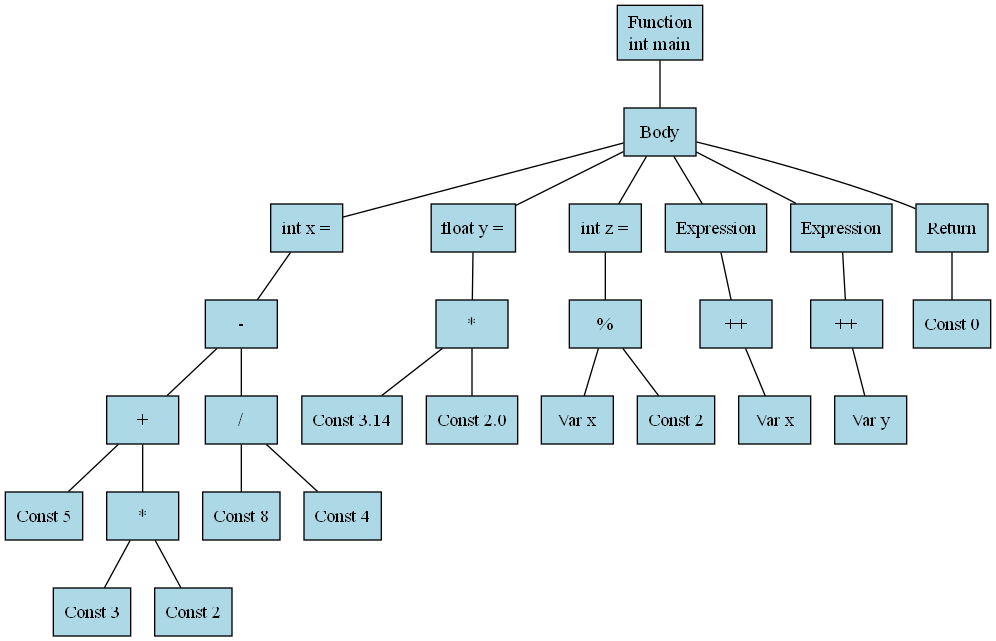
Earlier version of the Graphviz export ast.png (MiguelCano-ia/mini-c-plusplus). Its source is kept beside it as ast.dot. Source of this version:
```dot
digraph ast {
	node [fillcolor=lightblue font=bold fontcolor=black shape=box style=filled]
	edge [arrowhead=none color=black]
	n1 [label="Function
int main"]
	n1 -> n3
	n3 [label=Body]
	n4 [label="int x ="]
	n5 [label="-"]
	n6 [label="+"]
	n7 [label="Const 5"]
	n8 [label="*"]
	n9 [label="Const 3"]
	n10 [label="Const 2"]
	n8 -> n9
	n8 -> n10
	n6 -> n7
	n6 -> n8
	n11 [label="/"]
	n12 [label="Const 8"]
	n13 [label="Const 4"]
	n11 -> n12
	n11 -> n13
	n5 -> n6
	n5 -> n11
	n4 -> n5
	n3 -> n4
	n14 [label="float y ="]
	n15 [label="*"]
	n16 [label="Const 3.14"]
	n17 [label="Const 2.0"]
	n15 -> n16
	n15 -> n17
	n14 -> n15
	n3 -> n14
	n18 [label="int z ="]
	n19 [label="%"]
	n20 [label="Var x"]
	n21 [label="Const 2"]
	n19 -> n20
	n19 -> n21
	n18 -> n19
	n3 -> n18
	n22 [label=Expression]
	n23 [label="++"]
	n24 [label="Var x"]
	n23 -> n24
	n22 -> n23
	n3 -> n22
	n25 [label=Expression]
	n26 [label="++"]
	n27 [label="Var y"]
	n26 -> n27
	n25 -> n26
	n3 -> n25
	n28 [label=Return]
	n29 [label="Const 0"]
	n28 -> n29
	n3 -> n28
}
```
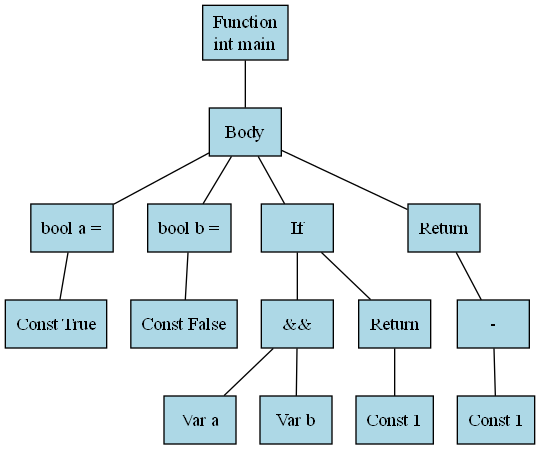
Later version of the same file.

Change to the diagram source:
```diff
@@ -5,56 +5,30 @@
 int main"]
 	n1 -> n3
 	n3 [label=Body]
-	n4 [label="int x ="]
-	n5 [label="-"]
-	n6 [label="+"]
-	n7 [label="Const 5"]
-	n8 [label="*"]
-	n9 [label="Const 3"]
-	n10 [label="Const 2"]
-	n8 -> n9
-	n8 -> n10
-	n6 -> n7
-	n6 -> n8
-	n11 [label="/"]
-	n12 [label="Const 8"]
-	n13 [label="Const 4"]
-	n11 -> n12
-	n11 -> n13
-	n5 -> n6
-	n5 -> n11
+	n4 [label="bool a ="]
+	n5 [label="Const True"]
 	n4 -> n5
 	n3 -> n4
-	n14 [label="float y ="]
-	n15 [label="*"]
-	n16 [label="Const 3.14"]
-	n17 [label="Const 2.0"]
+	n6 [label="bool b ="]
+	n7 [label="Const False"]
+	n6 -> n7
+	n3 -> n6
+	n8 [label=If]
+	n9 [label="&&"]
+	n10 [label="Var a"]
+	n11 [label="Var b"]
+	n9 -> n10
+	n9 -> n11
+	n8 -> n9
+	n12 [label=Return]
+	n13 [label="Const 1"]
+	n12 -> n13
+	n8 -> n12
+	n3 -> n8
+	n14 [label=Return]
+	n15 [label="-"]
+	n16 [label="Const 1"]
 	n15 -> n16
-	n15 -> n17
 	n14 -> n15
 	n3 -> n14
-	n18 [label="int z ="]
-	n19 [label="%"]
-	n20 [label="Var x"]
-	n21 [label="Const 2"]
-	n19 -> n20
-	n19 -> n21
-	n18 -> n19
-	n3 -> n18
-	n22 [label=Expression]
-	n23 [label="++"]
-	n24 [label="Var x"]
-	n23 -> n24
-	n22 -> n23
-	n3 -> n22
-	n25 [label=Expression]
-	n26 [label="++"]
-	n27 [label="Var y"]
-	n26 -> n27
-	n25 -> n26
-	n3 -> n25
-	n28 [label=Return]
-	n29 [label="Const 0"]
-	n28 -> n29
-	n3 -> n28
 }
```
